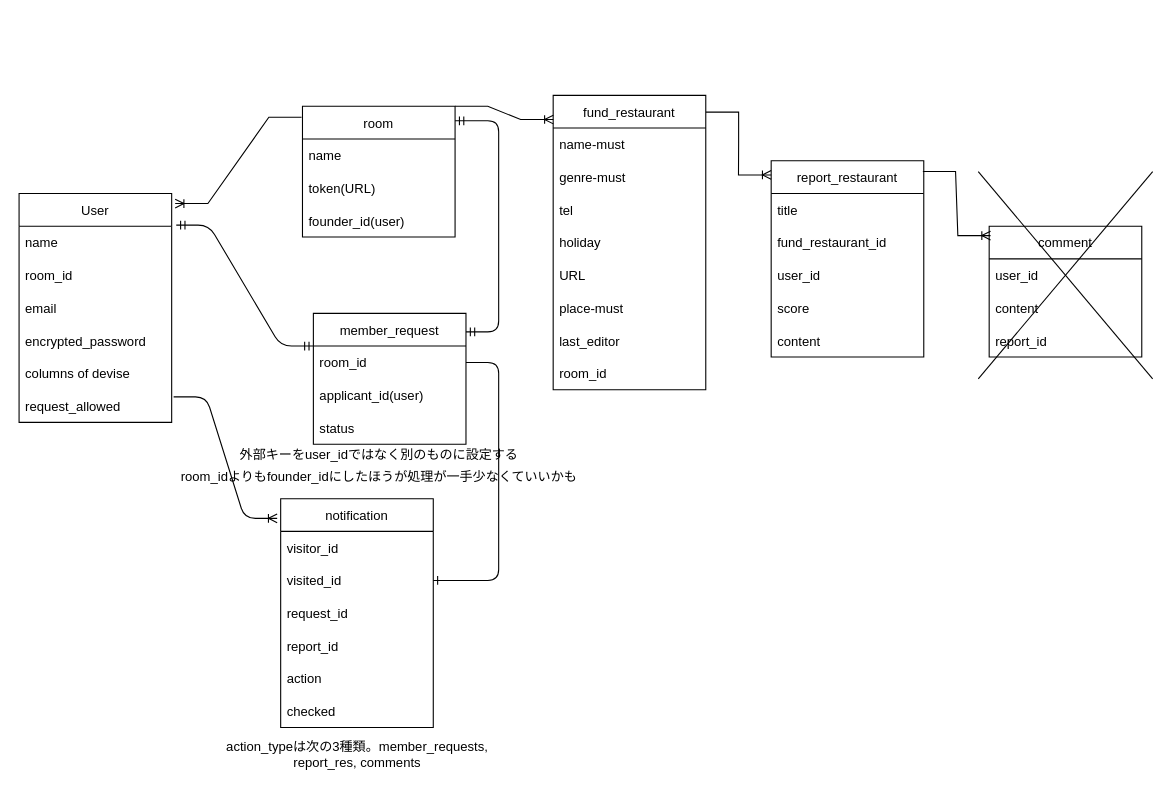
Above: ER_diagram.drawio in kashmii/favs_we_know (draw.io), before the change. Source tidied: cells renumbered, new cells numbered last; positions are measured from the earlier drawing's top-left corner, leaving out a move shared by most shapes. Both pictures are drawn from the tidied source at 109%, with x=0, y=0 at pixel (19, 95).
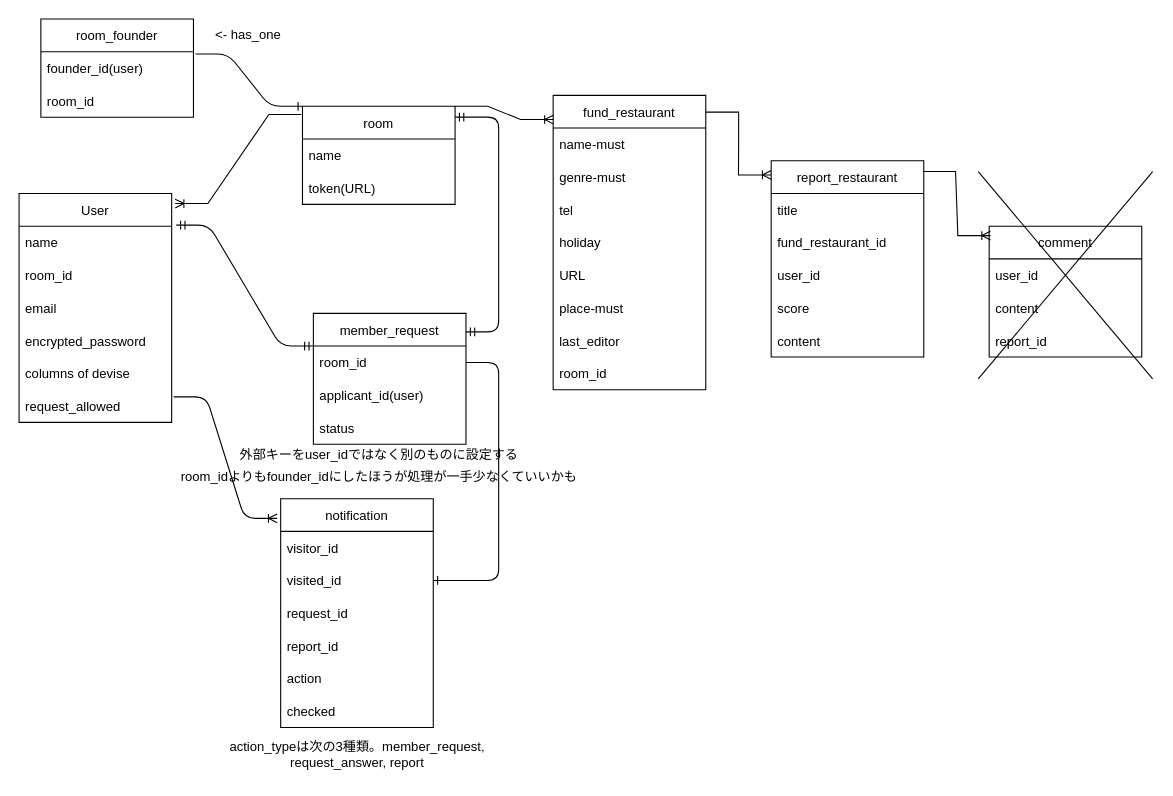
The same page after the edit.

Change to the diagram source:
```diff
@@
     <mxCell id="2" value="room" style="swimlane;fontStyle=0;horizontal=1;startSize=30;" parent="1" vertex="1">
-      <mxGeometry x="260" y="10" width="140" height="120" as="geometry" />
+      <mxGeometry x="260" y="10" width="140" height="90" as="geometry" />
     </mxCell>
@@
-    <mxCell id="5" value="founder_id(user)" style="text;strokeColor=none;fillColor=none;align=left;verticalAlign=middle;spacingLeft=4;spacingRight=4;overflow=hidden;points=[[0,0.5],[1,0.5]];portConstraint=eastwest;" parent="2" vertex="1">
-      <mxGeometry y="90" width="140" height="30" as="geometry" />
-    </mxCell>
@@
-    <mxCell id="51" value="action_typeは次の3種類。member_requests,&lt;br&gt;report_res, comments" style="text;html=1;align=center;verticalAlign=middle;strokeColor=none;fillColor=none;" parent="1" vertex="1">
-      <mxGeometry x="180" y="590" width="260" height="30" as="geometry" />
+    <mxCell id="51" value="action_typeは次の3種類。member_request,&lt;br&gt;request_answer, report" style="text;html=1;align=center;verticalAlign=middle;strokeColor=none;fillColor=none;" parent="1" vertex="1">
+      <mxGeometry x="180" y="585" width="260" height="40" as="geometry" />
     </mxCell>
@@
+    <mxCell id="56" value="room_founder" style="swimlane;fontStyle=0;horizontal=1;startSize=30;" parent="1" vertex="1">
+      <mxGeometry x="20" y="-70" width="140" height="90" as="geometry" />
+    </mxCell>
+    <mxCell id="5" value="founder_id(user)" style="text;strokeColor=none;fillColor=none;align=left;verticalAlign=middle;spacingLeft=4;spacingRight=4;overflow=hidden;points=[[0,0.5],[1,0.5]];portConstraint=eastwest;" parent="56" vertex="1">
+      <mxGeometry y="30" width="140" height="30" as="geometry" />
+    </mxCell>
+    <mxCell id="57" value="room_id" style="text;strokeColor=none;fillColor=none;align=left;verticalAlign=middle;spacingLeft=4;spacingRight=4;overflow=hidden;" parent="56" vertex="1">
+      <mxGeometry y="60" width="140" height="30" as="geometry" />
+    </mxCell>
+    <mxCell id="58" value="&amp;lt;- has_one" style="text;html=1;align=center;verticalAlign=middle;strokeColor=none;fillColor=none;" parent="1" vertex="1">
+      <mxGeometry x="170" y="-70" width="80" height="30" as="geometry" />
+    </mxCell>
+    <mxCell id="59" style="edgeStyle=entityRelationEdgeStyle;fontSize=12;html=1;endArrow=ERone;endFill=1;entryX=0;entryY=0;entryDx=0;entryDy=0;exitX=1.013;exitY=0.067;exitDx=0;exitDy=0;exitPerimeter=0;" parent="1" edge="1" source="5" target="2">
+      <mxGeometry relative="1" as="geometry" />
+    </mxCell>
```
